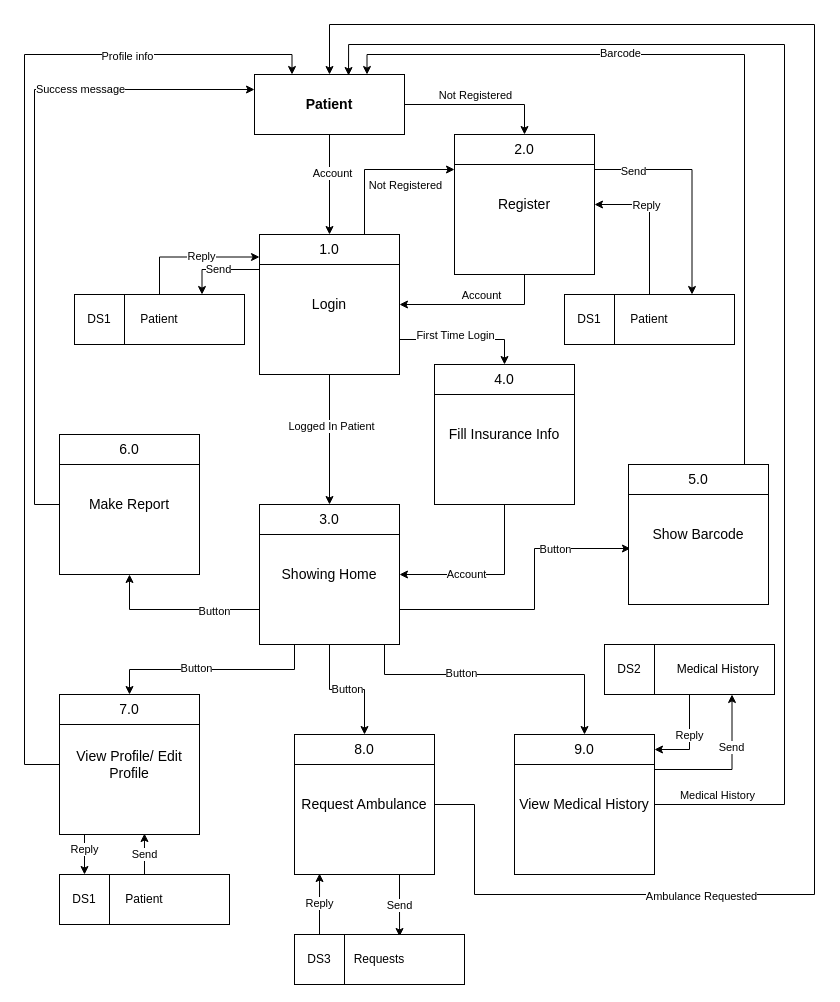
abdelrahmanbonna/Healthy_Shield_Analysis keeps this draw.io diagram as DFD User.drawio. Above is the earlier version. Source tidied: cells renumbered, new cells numbered last; positions are measured from the earlier drawing's top-left corner, leaving out a move shared by most shapes. Both pictures are drawn from the tidied source at 100%, with x=0, y=0 at pixel (24, 24).
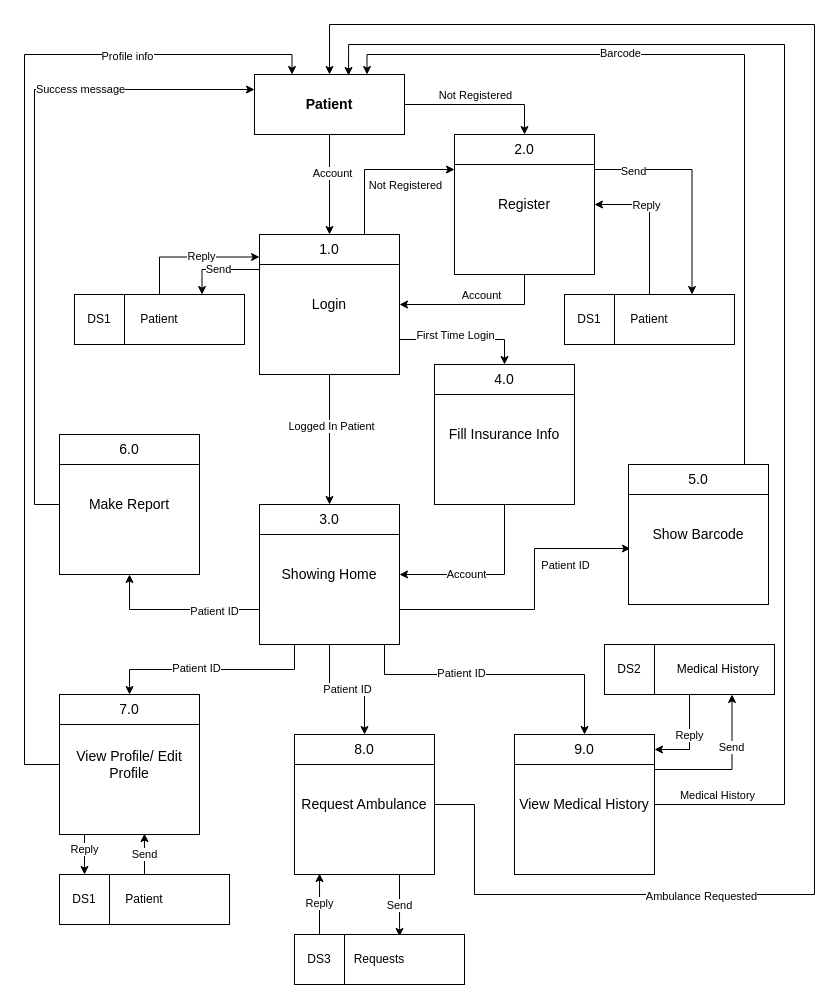
The same diagram, later.

The change refers to these unchanged cells:
```xml
<mxCell id="15" style="edgeStyle=orthogonalEdgeStyle;rounded=0;jettySize=auto;html=1;exitX=1;exitY=0.75;exitDx=0;exitDy=0;entryX=0.014;entryY=0.6;entryDx=0;entryDy=0;entryPerimeter=0;" parent="1" edge="1" source="24" target="36">
  <mxGeometry relative="1" as="geometry">
    <Array as="points">
      <mxPoint x="510" y="585" />
      <mxPoint x="510" y="524" />
    </Array>
  </mxGeometry>
</mxCell>
<mxCell id="17" style="edgeStyle=orthogonalEdgeStyle;rounded=0;jettySize=auto;html=1;exitX=0;exitY=0.75;exitDx=0;exitDy=0;entryX=0.5;entryY=1;entryDx=0;entryDy=0;" parent="1" edge="1" source="24" target="48">
  <mxGeometry relative="1" as="geometry" />
</mxCell>
<mxCell id="19" style="edgeStyle=orthogonalEdgeStyle;rounded=0;jettySize=auto;html=1;exitX=0.25;exitY=1;exitDx=0;exitDy=0;entryX=0.5;entryY=0;entryDx=0;entryDy=0;" parent="1" edge="1" source="24" target="58">
  <mxGeometry relative="1" as="geometry" />
</mxCell>
<mxCell id="22" style="edgeStyle=orthogonalEdgeStyle;rounded=0;jettySize=auto;html=1;exitX=0.75;exitY=1;exitDx=0;exitDy=0;entryX=0.5;entryY=0;entryDx=0;entryDy=0;" parent="1" edge="1" source="24" target="69">
  <mxGeometry relative="1" as="geometry">
    <Array as="points">
      <mxPoint x="360" y="620" />
      <mxPoint x="360" y="650" />
      <mxPoint x="560" y="650" />
    </Array>
  </mxGeometry>
</mxCell>
<mxCell id="24" value="Showing Home" style="whiteSpace=wrap;html=1;fontSize=14;" parent="1" vertex="1">
  <mxGeometry x="235" y="480" width="140" height="140" as="geometry" />
</mxCell>
<mxCell id="63" value="8.0" style="rounded=0;whiteSpace=wrap;html=1;fontSize=14;" parent="1" vertex="1">
  <mxGeometry x="270" y="710" width="140" height="30" as="geometry" />
</mxCell>
```

What changed in the source:
```diff
@@
-    <mxCell id="16" value="Button" style="edgeLabel;html=1;align=center;verticalAlign=middle;" parent="15" vertex="1">
-      <mxGeometry x="0.48" relative="1" as="geometry" />
+    <mxCell id="16" value="&lt;span style=&quot;color: rgb(0 , 0 , 0) ; font-family: &amp;#34;helvetica&amp;#34; ; font-size: 11px ; font-style: normal ; font-weight: 400 ; letter-spacing: normal ; text-align: center ; text-indent: 0px ; text-transform: none ; word-spacing: 0px ; background-color: rgb(255 , 255 , 255) ; float: none ; display: inline&quot;&gt;Patient ID&lt;/span&gt;" style="edgeLabel;html=1;align=center;verticalAlign=middle;" parent="15" vertex="1">
+      <mxGeometry x="0.48" relative="1" as="geometry">
+        <mxPoint x="10" y="16" as="offset" />
+      </mxGeometry>
     </mxCell>
@@
-    <mxCell id="18" value="Button" style="edgeLabel;html=1;align=center;verticalAlign=middle;" parent="17" vertex="1">
+    <mxCell id="18" value="&#10;&#10;&lt;span style=&quot;color: rgb(0, 0, 0); font-family: Helvetica; font-size: 11px; font-style: normal; font-variant-ligatures: normal; font-variant-caps: normal; font-weight: 400; letter-spacing: normal; orphans: 2; text-align: center; text-indent: 0px; text-transform: none; widows: 2; word-spacing: 0px; -webkit-text-stroke-width: 0px; background-color: rgb(255, 255, 255); text-decoration-style: initial; text-decoration-color: initial; float: none; display: inline !important;&quot;&gt;Patient ID&lt;/span&gt;&#10;&#10;" style="edgeLabel;html=1;align=center;verticalAlign=middle;" parent="17" vertex="1">
       <mxGeometry x="-0.44" y="1" relative="1" as="geometry" />
     </mxCell>
@@
-    <mxCell id="20" value="Button" style="edgeLabel;html=1;align=center;verticalAlign=middle;" parent="19" vertex="1">
+    <mxCell id="20" value="Patient ID" style="edgeLabel;html=1;align=center;verticalAlign=middle;" parent="19" vertex="1">
       <mxGeometry x="0.15" y="-2" relative="1" as="geometry" />
     </mxCell>
-    <mxCell id="21" value="Button" style="edgeStyle=orthogonalEdgeStyle;rounded=0;jettySize=auto;html=1;exitX=0.5;exitY=1;exitDx=0;exitDy=0;" parent="1" edge="1" source="24" target="63">
+    <mxCell id="21" value="Patient ID" style="edgeStyle=orthogonalEdgeStyle;rounded=0;jettySize=auto;html=1;exitX=0.5;exitY=1;exitDx=0;exitDy=0;" parent="1" edge="1" source="24" target="63">
       <mxGeometry relative="1" as="geometry" />
     </mxCell>
@@
-    <mxCell id="23" value="Button" style="edgeLabel;html=1;align=center;verticalAlign=middle;" parent="22" vertex="1">
+    <mxCell id="23" value="&#10;&#10;&lt;span style=&quot;color: rgb(0, 0, 0); font-family: Helvetica; font-size: 11px; font-style: normal; font-variant-ligatures: normal; font-variant-caps: normal; font-weight: 400; letter-spacing: normal; orphans: 2; text-align: center; text-indent: 0px; text-transform: none; widows: 2; word-spacing: 0px; -webkit-text-stroke-width: 0px; background-color: rgb(255, 255, 255); text-decoration-style: initial; text-decoration-color: initial; float: none; display: inline !important;&quot;&gt;Patient ID&lt;/span&gt;&#10;&#10;" style="edgeLabel;html=1;align=center;verticalAlign=middle;" parent="22" vertex="1">
       <mxGeometry x="-0.19" y="2" relative="1" as="geometry" />
     </mxCell>
```
